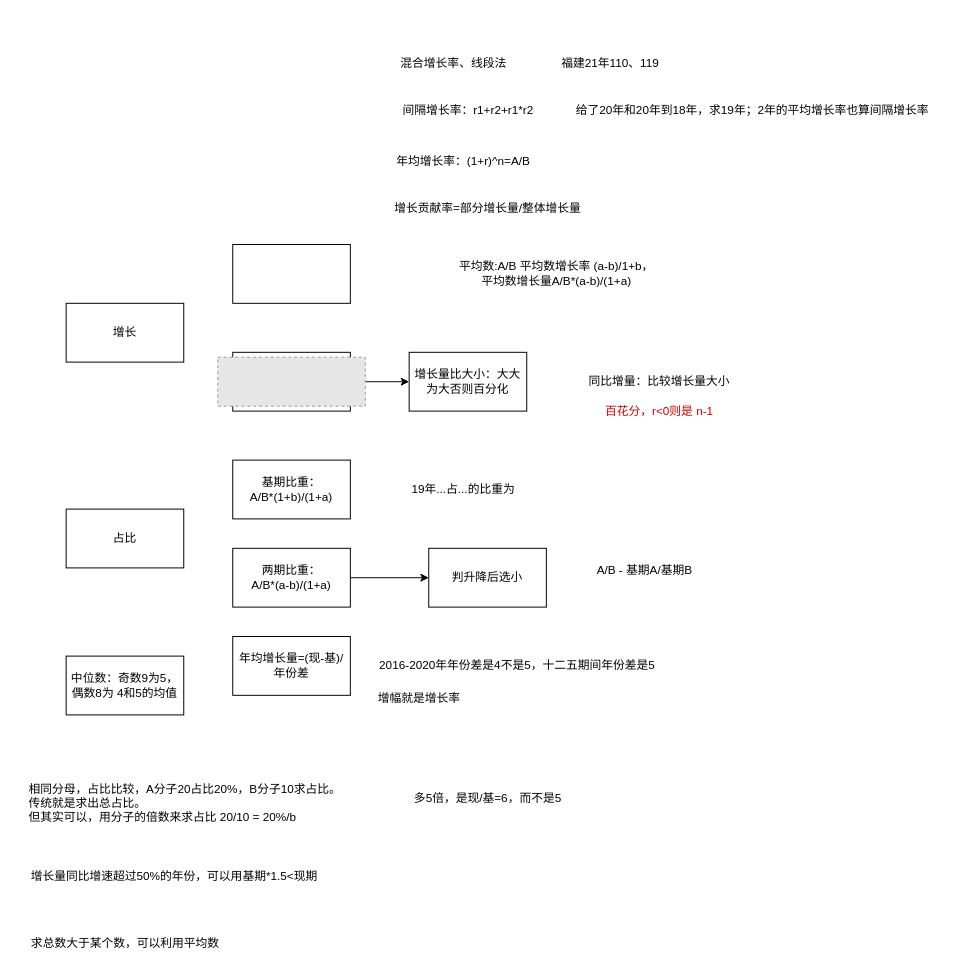
The draw.io diagram 未命名绘图.drawio in cguank/-, before the edit. Source tidied: cells renumbered, new cells numbered last; positions are measured from the earlier drawing's top-left corner, leaving out a move shared by most shapes. Both pictures are drawn from the tidied source at 98%, with x=0, y=0 at pixel (17, 48). Pictures stored in the file or linked from it are replaced by grey dashed boxes.
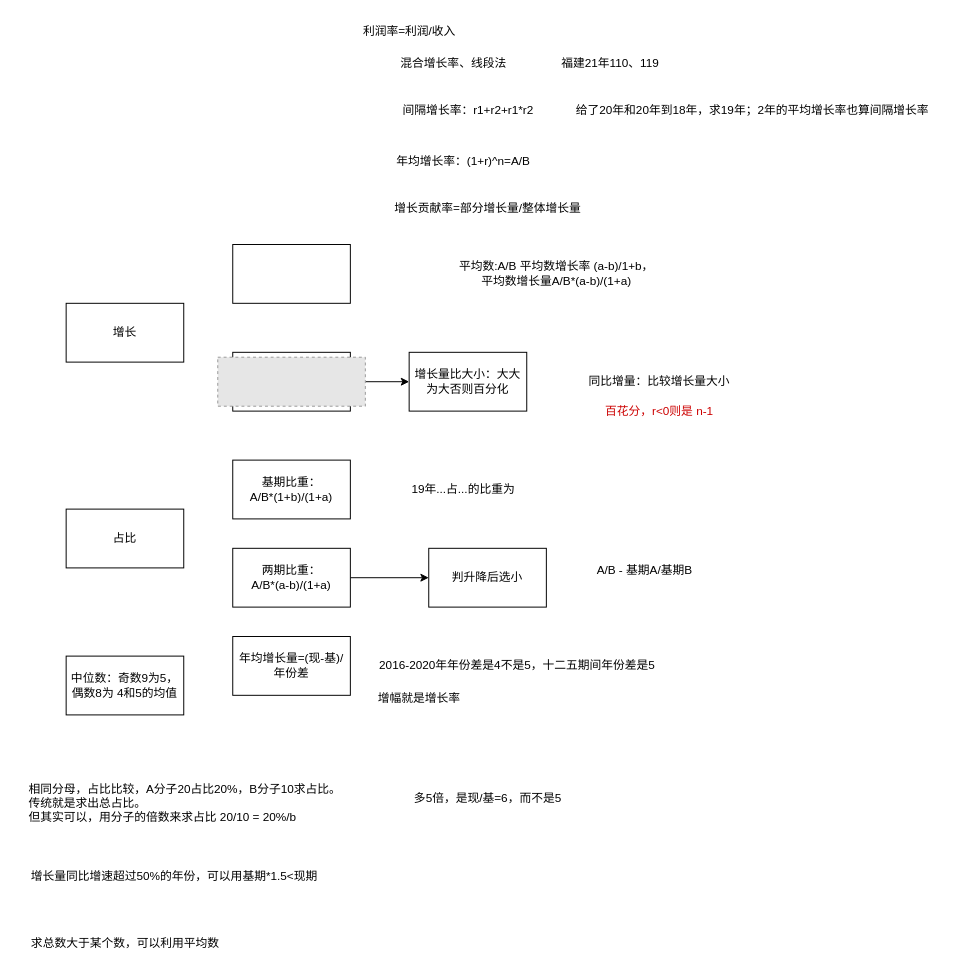
The same diagram, later.

Commit message:
更新未命名绘图.drawio

What changed in the source:
```diff
@@
+    <mxCell id="32" value="利润率=利润/收入" style="text;html=1;align=center;verticalAlign=middle;strokeColor=none;fillColor=none;" parent="1" vertex="1">
+      <mxGeometry x="340" y="-32" width="120" height="30" as="geometry" />
+    </mxCell>
```
